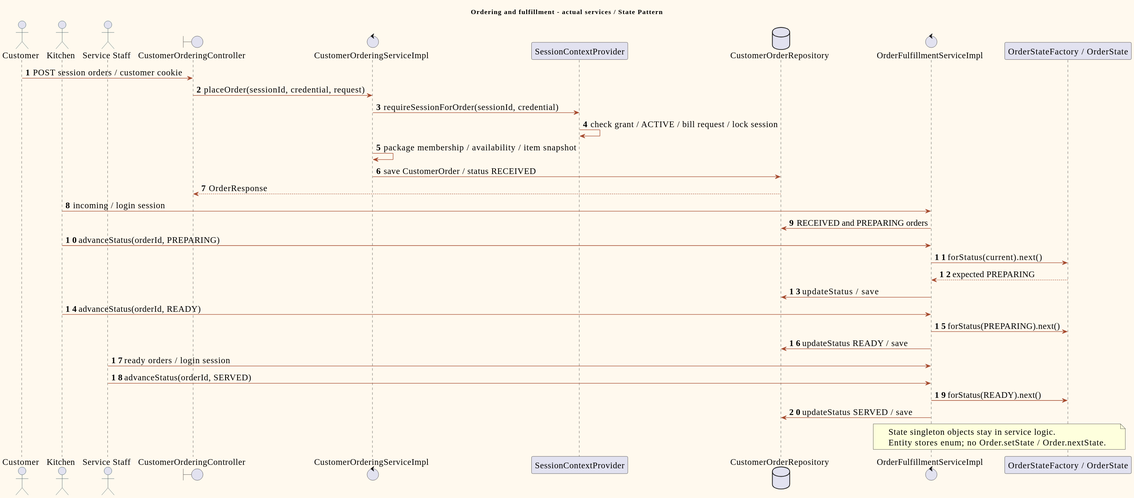
Above: doc/diagrams/previews/sequence-ordering-kitchen.svg in PavaritPramual/buffet-restaurant-management-system (PlantUML), before the change. Its diagram source:
```plantuml
@startuml
!pragma layout smetana
skinparam shadowing false
skinparam backgroundColor #FFF9EE
skinparam defaultFontName Tahoma
skinparam defaultFontSize 18
skinparam classAttributeIconSize 0
skinparam ArrowColor #A54A2E
skinparam classBackgroundColor #FFF9EE
skinparam classBorderColor #173A45
skinparam actorBorderColor #173A45
skinparam usecaseBackgroundColor #F2E6D4
skinparam usecaseBorderColor #A54A2E
title Ordering and fulfillment - actual services / State Pattern
autonumber
actor Customer
actor Kitchen
actor "Service Staff" as Staff
boundary "CustomerOrderingController" as C
control "CustomerOrderingServiceImpl" as S
participant "SessionContextProvider" as P
database "CustomerOrderRepository" as R
control "OrderFulfillmentServiceImpl" as F
participant "OrderStateFactory / OrderState" as State
Customer -> C : POST session orders / customer cookie
C -> S : placeOrder(sessionId, credential, request)
S -> P : requireSessionForOrder(sessionId, credential)
P -> P : check grant / ACTIVE / bill request / lock session
S -> S : package membership / availability / item snapshot
S -> R : save CustomerOrder / status RECEIVED
R --> C : OrderResponse
Kitchen -> F : incoming / login session
F -> R : RECEIVED and PREPARING orders
Kitchen -> F : advanceStatus(orderId, PREPARING)
F -> State : forStatus(current).next()
State --> F : expected PREPARING
F -> R : updateStatus / save
Kitchen -> F : advanceStatus(orderId, READY)
F -> State : forStatus(PREPARING).next()
F -> R : updateStatus READY / save
Staff -> F : ready orders / login session
Staff -> F : advanceStatus(orderId, SERVED)
F -> State : forStatus(READY).next()
F -> R : updateStatus SERVED / save
note over F,State
State singleton objects stay in service logic.
Entity stores enum; no Order.setState / Order.nextState.
end note
@enduml
```
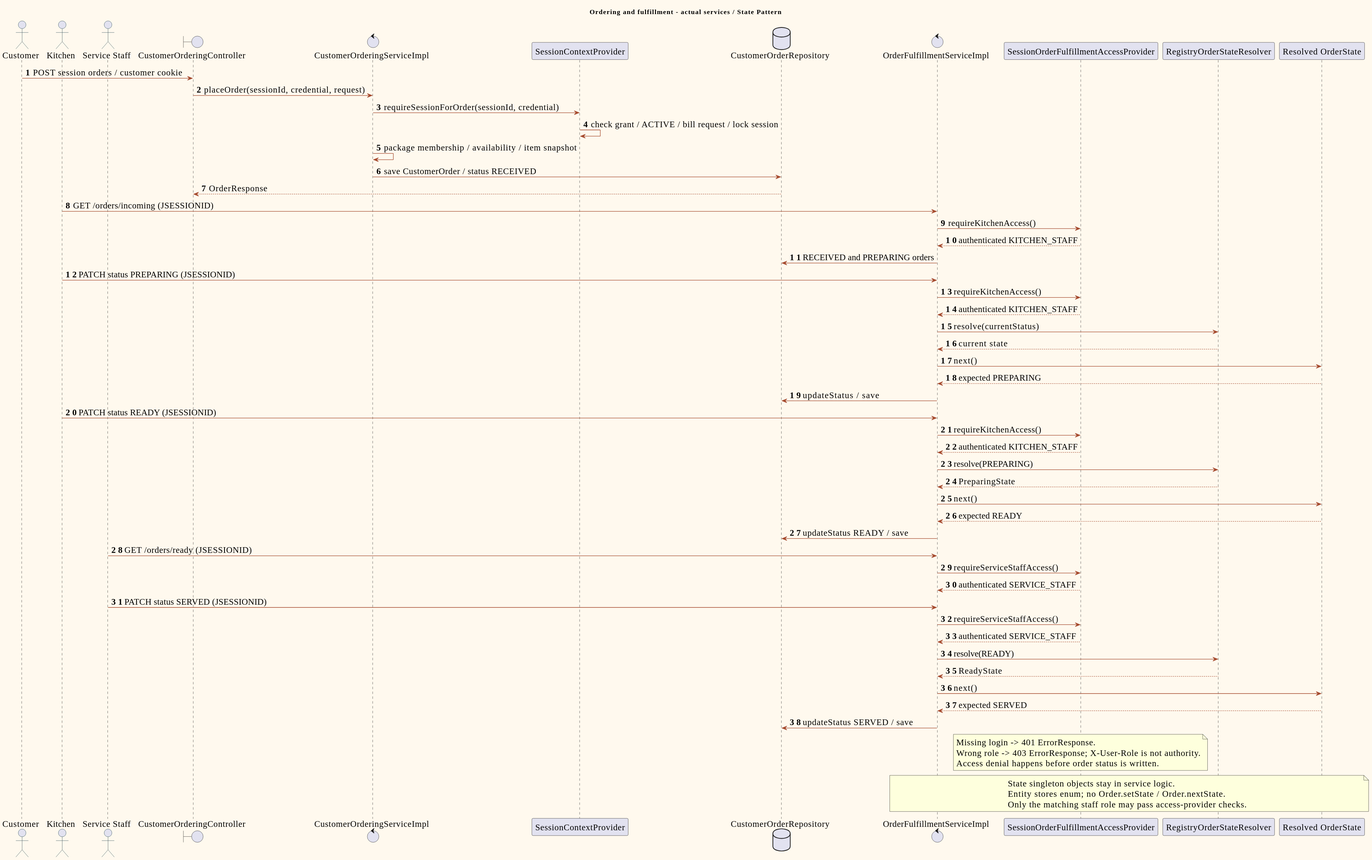
The same file after the commit.

Change to the diagram source:
```diff
@@ -21,7 +21,9 @@
 participant "SessionContextProvider" as P
 database "CustomerOrderRepository" as R
 control "OrderFulfillmentServiceImpl" as F
-participant "OrderStateFactory / OrderState" as State
+participant "SessionOrderFulfillmentAccessProvider" as Access
+participant "RegistryOrderStateResolver" as Resolver
+participant "Resolved OrderState" as State
 Customer -> C : POST session orders / customer cookie
 C -> S : placeOrder(sessionId, credential, request)
 S -> P : requireSessionForOrder(sessionId, credential)
@@ -29,21 +31,45 @@
 S -> S : package membership / availability / item snapshot
 S -> R : save CustomerOrder / status RECEIVED
 R --> C : OrderResponse
-Kitchen -> F : incoming / login session
+Kitchen -> F : GET /orders/incoming (JSESSIONID)
+F -> Access : requireKitchenAccess()
+Access --> F : authenticated KITCHEN_STAFF
 F -> R : RECEIVED and PREPARING orders
-Kitchen -> F : advanceStatus(orderId, PREPARING)
-F -> State : forStatus(current).next()
+Kitchen -> F : PATCH status PREPARING (JSESSIONID)
+F -> Access : requireKitchenAccess()
+Access --> F : authenticated KITCHEN_STAFF
+F -> Resolver : resolve(currentStatus)
+Resolver --> F : current state
+F -> State : next()
 State --> F : expected PREPARING
 F -> R : updateStatus / save
-Kitchen -> F : advanceStatus(orderId, READY)
-F -> State : forStatus(PREPARING).next()
+Kitchen -> F : PATCH status READY (JSESSIONID)
+F -> Access : requireKitchenAccess()
+Access --> F : authenticated KITCHEN_STAFF
+F -> Resolver : resolve(PREPARING)
+Resolver --> F : PreparingState
+F -> State : next()
+State --> F : expected READY
 F -> R : updateStatus READY / save
-Staff -> F : ready orders / login session
-Staff -> F : advanceStatus(orderId, SERVED)
-F -> State : forStatus(READY).next()
+Staff -> F : GET /orders/ready (JSESSIONID)
+F -> Access : requireServiceStaffAccess()
+Access --> F : authenticated SERVICE_STAFF
+Staff -> F : PATCH status SERVED (JSESSIONID)
+F -> Access : requireServiceStaffAccess()
+Access --> F : authenticated SERVICE_STAFF
+F -> Resolver : resolve(READY)
+Resolver --> F : ReadyState
+F -> State : next()
+State --> F : expected SERVED
 F -> R : updateStatus SERVED / save
+note over Access
+Missing login -> 401 ErrorResponse.
+Wrong role -> 403 ErrorResponse; X-User-Role is not authority.
+Access denial happens before order status is written.
+end note
 note over F,State
 State singleton objects stay in service logic.
 Entity stores enum; no Order.setState / Order.nextState.
+Only the matching staff role may pass access-provider checks.
 end note
 @enduml
```
